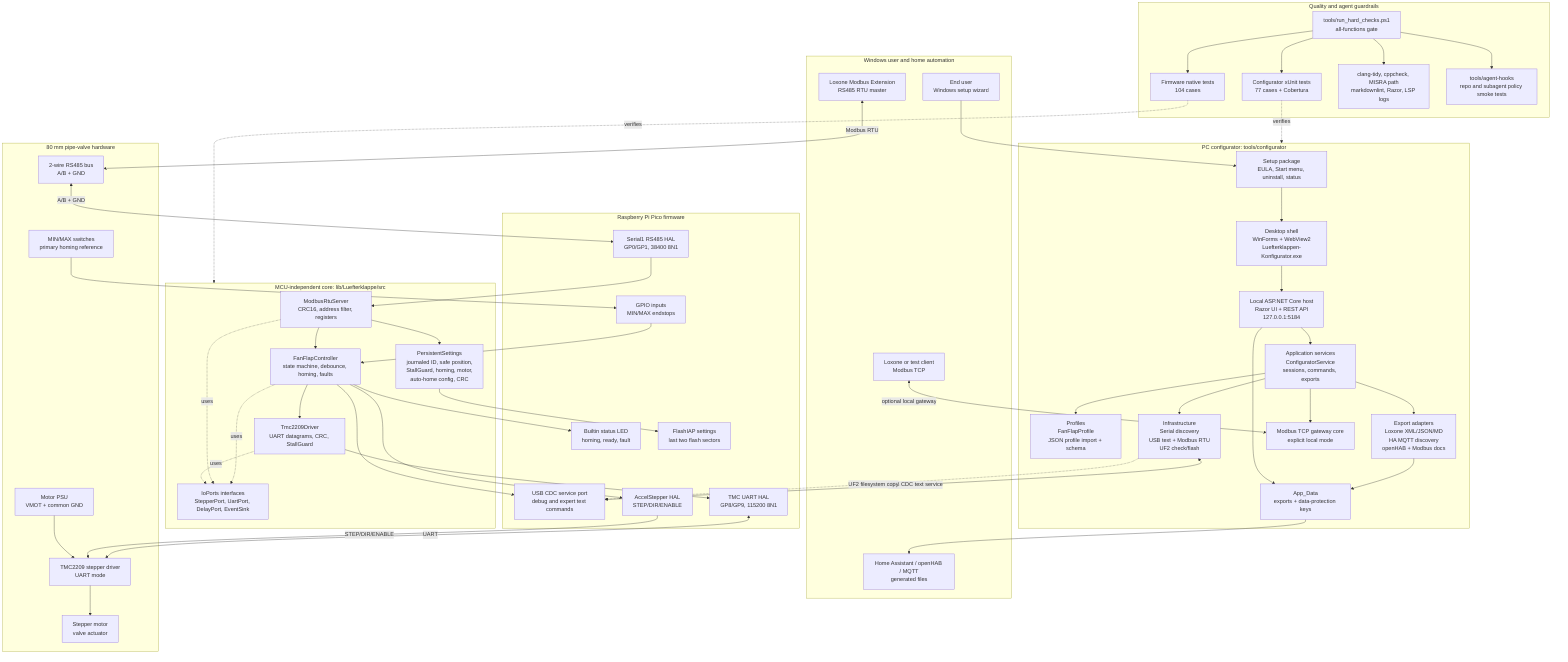
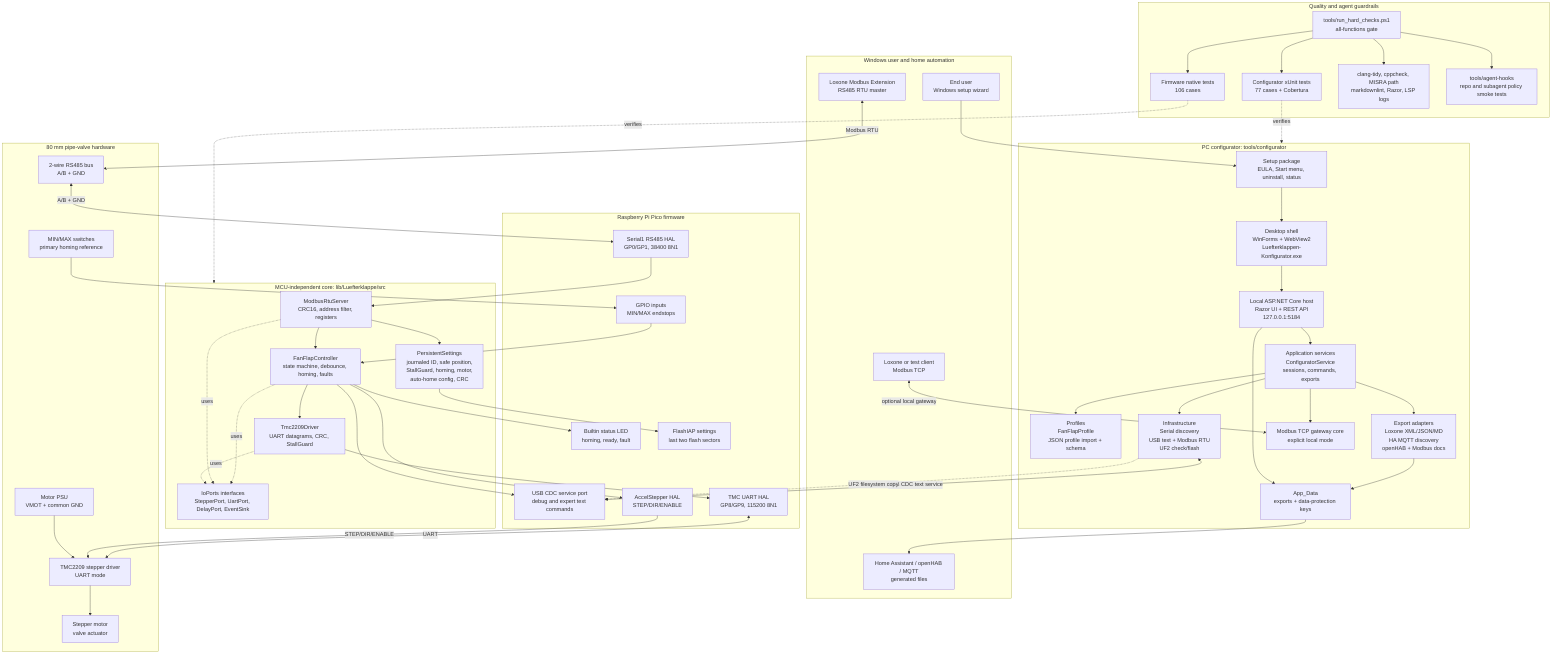
flowchart TB
  subgraph Home["Windows user and home automation"]
    User["End user<br/>Windows setup wizard"]
    LoxoneRtu["Loxone Modbus Extension<br/>RS485 RTU master"]
    LoxoneTcp["Loxone or test client<br/>Modbus TCP"]
    HomeExports["Home Assistant / openHAB / MQTT<br/>generated files"]
  end

  subgraph Configurator["PC configurator: tools/configurator"]
    Installer["Setup package<br/>EULA, Start menu, uninstall, status"]
    Desktop["Desktop shell<br/>WinForms + WebView2<br/>Luefterklappen-Konfigurator.exe"]
    Host["Local ASP.NET Core host<br/>Razor UI + REST API<br/>127.0.0.1:5184"]
    App["Application services<br/>ConfiguratorService<br/>sessions, commands, exports"]
    Profiles["Profiles<br/>FanFlapProfile<br/>JSON profile import + schema"]
    Adapters["Export adapters<br/>Loxone XML/JSON/MD<br/>HA MQTT discovery<br/>openHAB + Modbus docs"]
    Infra["Infrastructure<br/>Serial discovery<br/>USB text + Modbus RTU<br/>UF2 check/flash"]
    TcpGateway["Modbus TCP gateway core<br/>explicit local mode"]
    AppData["App_Data<br/>exports + data-protection keys"]
  end

  subgraph Firmware["Raspberry Pi Pico firmware"]
    Usb["USB CDC service port<br/>debug and expert text commands"]
    Rs485Hal["Serial1 RS485 HAL<br/>GP0/GP1, 38400 8N1"]
    TmcHal["TMC UART HAL<br/>GP8/GP9, 115200 8N1"]
    StepperHal["AccelStepper HAL<br/>STEP/DIR/ENABLE"]
    InputHal["GPIO inputs<br/>MIN/MAX endstops"]
    LedHal["Builtin status LED<br/>homing, ready, fault"]
    FlashHal["FlashIAP settings<br/>last two flash sectors"]
  end

  subgraph Core["MCU-independent core: lib/Luefterklappe/src"]
    Controller["FanFlapController<br/>state machine, debounce, homing, faults"]
    Modbus["ModbusRtuServer<br/>CRC16, address filter, registers"]
    Tmc["Tmc2209Driver<br/>UART datagrams, CRC, StallGuard"]
    Settings["PersistentSettings<br/>journaled ID, safe position,<br/>StallGuard, homing, motor,<br/>auto-home config, CRC"]
    Ports["IoPorts interfaces<br/>StepperPort, UartPort, DelayPort, EventSink"]
  end

  subgraph Hardware["80 mm pipe-valve hardware"]
    Rs485Bus["2-wire RS485 bus<br/>A/B + GND"]
    Driver["TMC2209 stepper driver<br/>UART mode"]
    Motor["Stepper motor<br/>valve actuator"]
    MinMax["MIN/MAX switches<br/>primary homing reference"]
    Psu["Motor PSU<br/>VMOT + common GND"]
  end

  subgraph Quality["Quality and agent guardrails"]
    HardGate["tools/run_hard_checks.ps1<br/>all-functions gate"]
-     FirmwareTests["Firmware native tests<br/>104 cases"]
+     FirmwareTests["Firmware native tests<br/>106 cases"]
    ConfigTests["Configurator xUnit tests<br/>77 cases + Cobertura"]
    StaticChecks["clang-tidy, cppcheck, MISRA path<br/>markdownlint, Razor, LSP logs"]
    AgentHooks["tools/agent-hooks<br/>repo and subagent policy smoke tests"]
  end

  User --> Installer
  Installer --> Desktop
  Desktop --> Host
  Host --> App
  App --> Profiles
  App --> Adapters
  App --> Infra
  App --> TcpGateway
  Adapters --> AppData
  Host --> AppData
  AppData --> HomeExports
  LoxoneTcp <-->|"optional local gateway"| TcpGateway
  Infra <-->|"USB CDC text service"| Usb
  Infra -. "UF2 filesystem copy" .-> Usb

  LoxoneRtu <-->|"Modbus RTU"| Rs485Bus
  Rs485Bus <-->|"A/B + GND"| Rs485Hal
  Rs485Hal --> Modbus
  Modbus --> Controller
  Modbus --> Settings
  Settings --> FlashHal
  Controller --> StepperHal
  Controller --> Tmc
  Controller --> LedHal
  Tmc --> TmcHal
  TmcHal <-->|"UART"| Driver
  StepperHal -->|"STEP/DIR/ENABLE"| Driver
  Driver --> Motor
  Psu --> Driver
  MinMax --> InputHal
  InputHal --> Controller
  Controller --> Usb
  Controller -. uses .-> Ports
  Modbus -. uses .-> Ports
  Tmc -. uses .-> Ports

  HardGate --> FirmwareTests
  HardGate --> ConfigTests
  HardGate --> StaticChecks
  HardGate --> AgentHooks
  FirmwareTests -. verifies .-> Core
  ConfigTests -. verifies .-> Configurator
